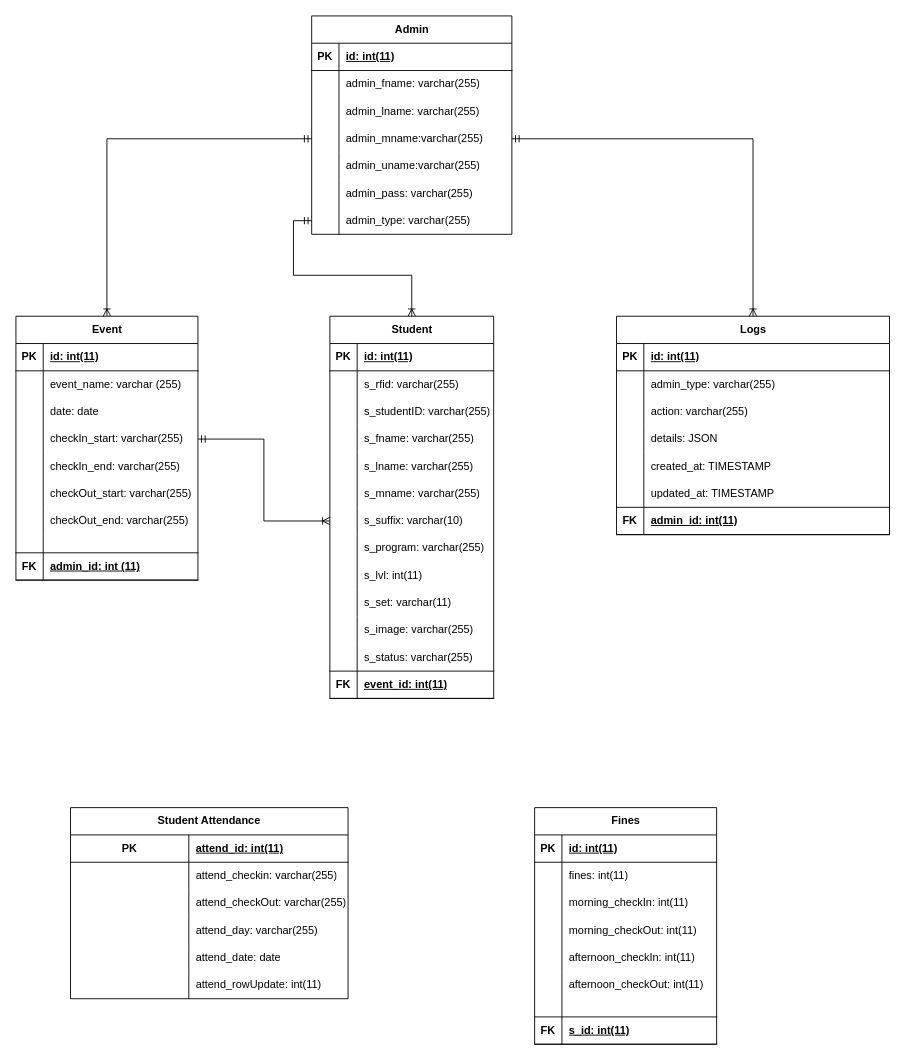
This is Attendance_System_ERD.drawio from panzerweb/database_repo, a draw.io file, before an edit. Source tidied: cells renumbered, new cells numbered last; positions are measured from the earlier drawing's top-left corner, leaving out a move shared by most shapes. Both pictures are drawn from the tidied source at 91%, with x=0, y=0 at pixel (15, 15).
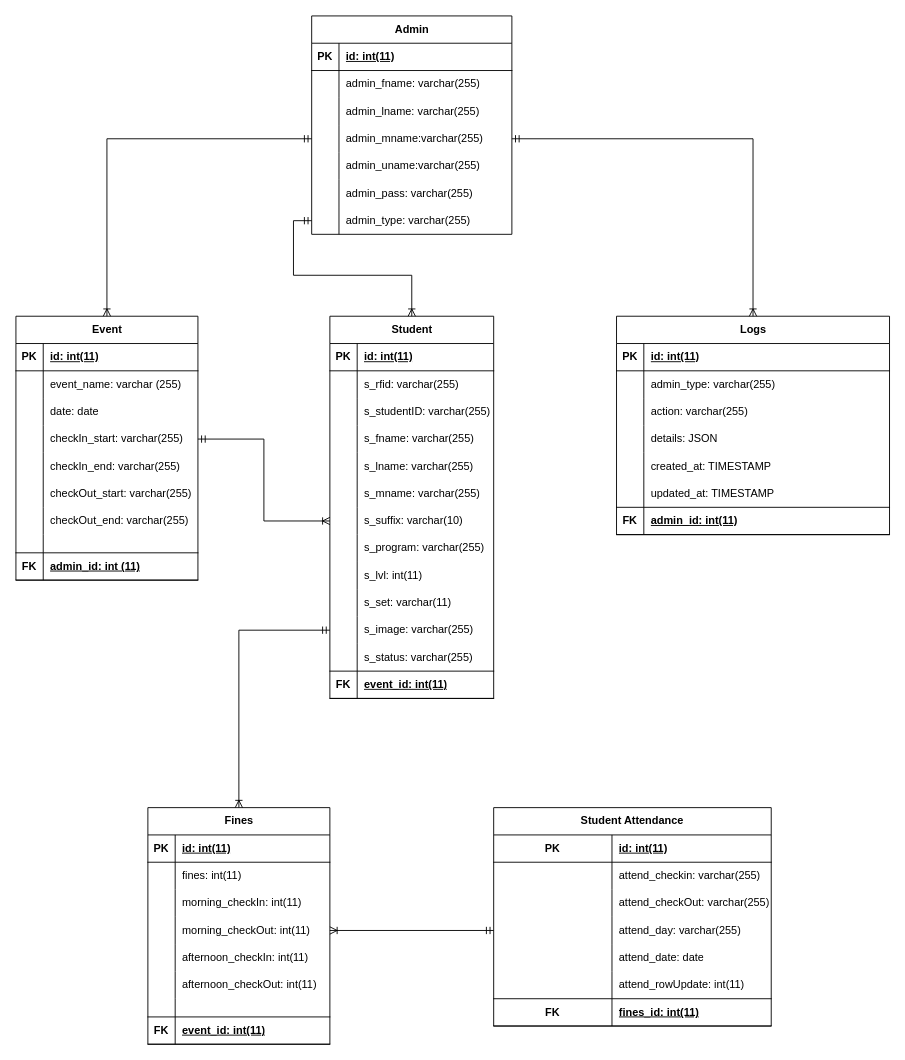
After the change.

Unchanged cells that the change refers to:
```xml
<mxCell id="33" style="shape=tableRow;horizontal=0;startSize=0;swimlaneHead=0;swimlaneBody=0;fillColor=none;points=[[0,0.5],[1,0.5]];portConstraint=eastwest;top=0;left=0;right=0;bottom=0;" parent="2" vertex="1">
  <mxGeometry y="330" width="180" height="30" as="geometry" />
</mxCell>
<mxCell id="43" style="shape=tableRow;horizontal=0;startSize=0;swimlaneHead=0;swimlaneBody=0;fillColor=none;top=0;left=0;right=0;bottom=1;html=1;" parent="42" vertex="1">
  <mxGeometry y="30" width="305" height="30" as="geometry" />
</mxCell>
<mxCell id="52" style="shape=tableRow;horizontal=0;startSize=0;swimlaneHead=0;swimlaneBody=0;fillColor=none;points=[[0,0.5],[1,0.5]];portConstraint=eastwest;top=0;left=0;right=0;bottom=0;html=1;" parent="42" vertex="1">
  <mxGeometry y="120" width="305" height="30" as="geometry" />
</mxCell>
<mxCell id="71" style="shape=tableRow;horizontal=0;startSize=0;swimlaneHead=0;swimlaneBody=0;fillColor=none;points=[[0,0.5],[1,0.5]];portConstraint=eastwest;top=0;left=0;right=0;bottom=0;" parent="61" vertex="1">
  <mxGeometry y="120" width="200" height="30" as="geometry" />
</mxCell>
<mxCell id="83" style="shape=tableRow;horizontal=0;startSize=0;swimlaneHead=0;swimlaneBody=0;fillColor=none;top=0;left=0;right=0;bottom=1;" parent="61" vertex="1">
  <mxGeometry y="230" width="200" height="30" as="geometry" />
</mxCell>
```

Change to the diagram source:
```diff
@@
     <mxCell id="42" value="Student Attendance" style="shape=table;startSize=30;childLayout=tableLayout;rowLines=0;fontStyle=1;align=center;html=1;whiteSpace=wrap;" parent="1" vertex="1">
-      <mxGeometry x="60" y="870" width="305" height="210" as="geometry" />
+      <mxGeometry x="525" y="870" width="305" height="240" as="geometry" />
     </mxCell>
@@
-    <mxCell id="45" value="attend_id: int(11)" style="shape=partialRectangle;fillColor=none;top=0;left=0;bottom=0;right=0;align=left;spacingLeft=6;fontStyle=5;overflow=hidden;html=1;whiteSpace=wrap;" parent="43" vertex="1">
+    <mxCell id="45" value="id: int(11)" style="shape=partialRectangle;fillColor=none;top=0;left=0;bottom=0;right=0;align=left;spacingLeft=6;fontStyle=5;overflow=hidden;html=1;whiteSpace=wrap;" parent="43" vertex="1">
       <mxGeometry x="130" width="175" height="30" as="geometry" />
     </mxCell>
@@
+    <mxCell id="162" style="shape=tableRow;horizontal=0;startSize=0;swimlaneHead=0;swimlaneBody=0;fillColor=none;top=1;left=0;right=0;bottom=1;html=1;" parent="42" vertex="1">
+      <mxGeometry y="210" width="305" height="30" as="geometry" />
+    </mxCell>
+    <mxCell id="163" value="FK" style="shape=partialRectangle;fillColor=none;top=0;left=0;bottom=0;right=0;fontStyle=1;overflow=hidden;html=1;whiteSpace=wrap;" parent="162" vertex="1">
+      <mxGeometry width="130" height="30" as="geometry" />
+    </mxCell>
+    <mxCell id="164" value="fines_id: int(11)" style="shape=partialRectangle;fillColor=none;top=0;left=0;bottom=0;right=0;align=left;spacingLeft=6;fontStyle=5;overflow=hidden;html=1;whiteSpace=wrap;" parent="162" vertex="1">
+      <mxGeometry x="130" width="175" height="30" as="geometry" />
+    </mxCell>
     <mxCell id="61" value="Fines" style="shape=table;startSize=30;childLayout=tableLayout;rowLines=0;fontStyle=1;align=center;html=1;" parent="1" vertex="1">
-      <mxGeometry x="570" y="870" width="200" height="260" as="geometry" />
+      <mxGeometry x="145" y="870" width="200" height="260" as="geometry" />
     </mxCell>
@@
-    <mxCell id="85" value="s_id: int(11)" style="shape=partialRectangle;fillColor=none;top=0;left=0;bottom=0;right=0;align=left;spacingLeft=6;fontStyle=5;overflow=hidden;whiteSpace=wrap;html=1;" parent="83" vertex="1">
+    <mxCell id="85" value="event_id: int(11)" style="shape=partialRectangle;fillColor=none;top=0;left=0;bottom=0;right=0;align=left;spacingLeft=6;fontStyle=5;overflow=hidden;whiteSpace=wrap;html=1;" parent="83" vertex="1">
       <mxGeometry x="30" width="170" height="30" as="geometry" />
     </mxCell>
@@
+    <mxCell id="165" style="edgeStyle=orthogonalEdgeStyle;rounded=0;jettySize=auto;html=1;entryX=0.5;entryY=0;entryDx=0;entryDy=0;startArrow=ERmandOne;startFill=0;endArrow=ERoneToMany;endFill=0;" parent="1" edge="1" source="33" target="61">
+      <mxGeometry relative="1" as="geometry" />
+    </mxCell>
+    <mxCell id="166" style="edgeStyle=orthogonalEdgeStyle;rounded=0;jettySize=auto;html=1;entryX=0;entryY=0.5;entryDx=0;entryDy=0;startArrow=ERoneToMany;startFill=0;endArrow=ERmandOne;endFill=0;" parent="1" edge="1" source="71" target="52">
+      <mxGeometry relative="1" as="geometry" />
+    </mxCell>
```
